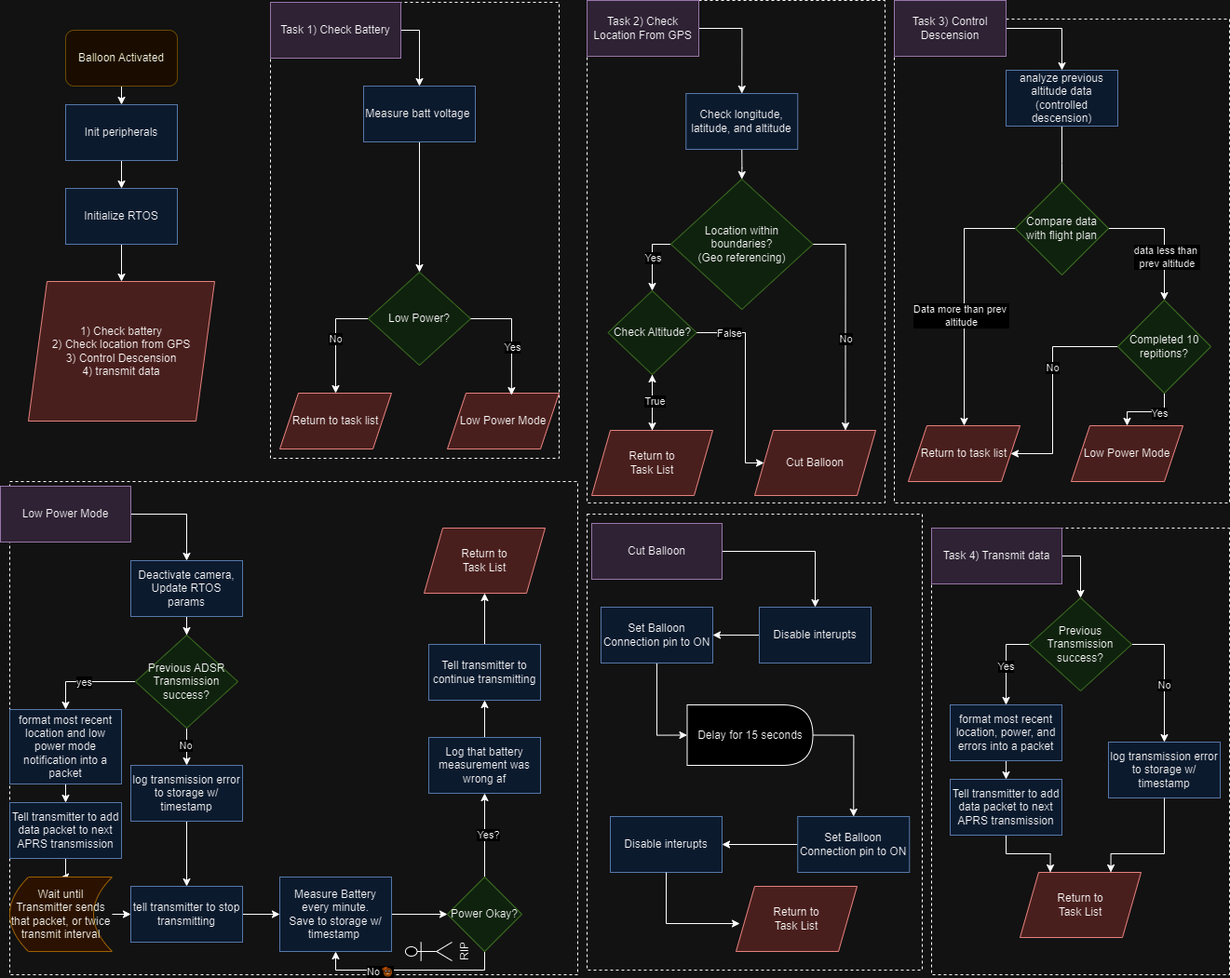
Before: Software_FSM.drawio.png, a diagram exported from draw.io (UVicSatelliteDesign/HAB_OBC). Source tidied: cells renumbered, new cells last; positions are measured from the earlier drawing's top-left corner, leaving out a move shared by most shapes.
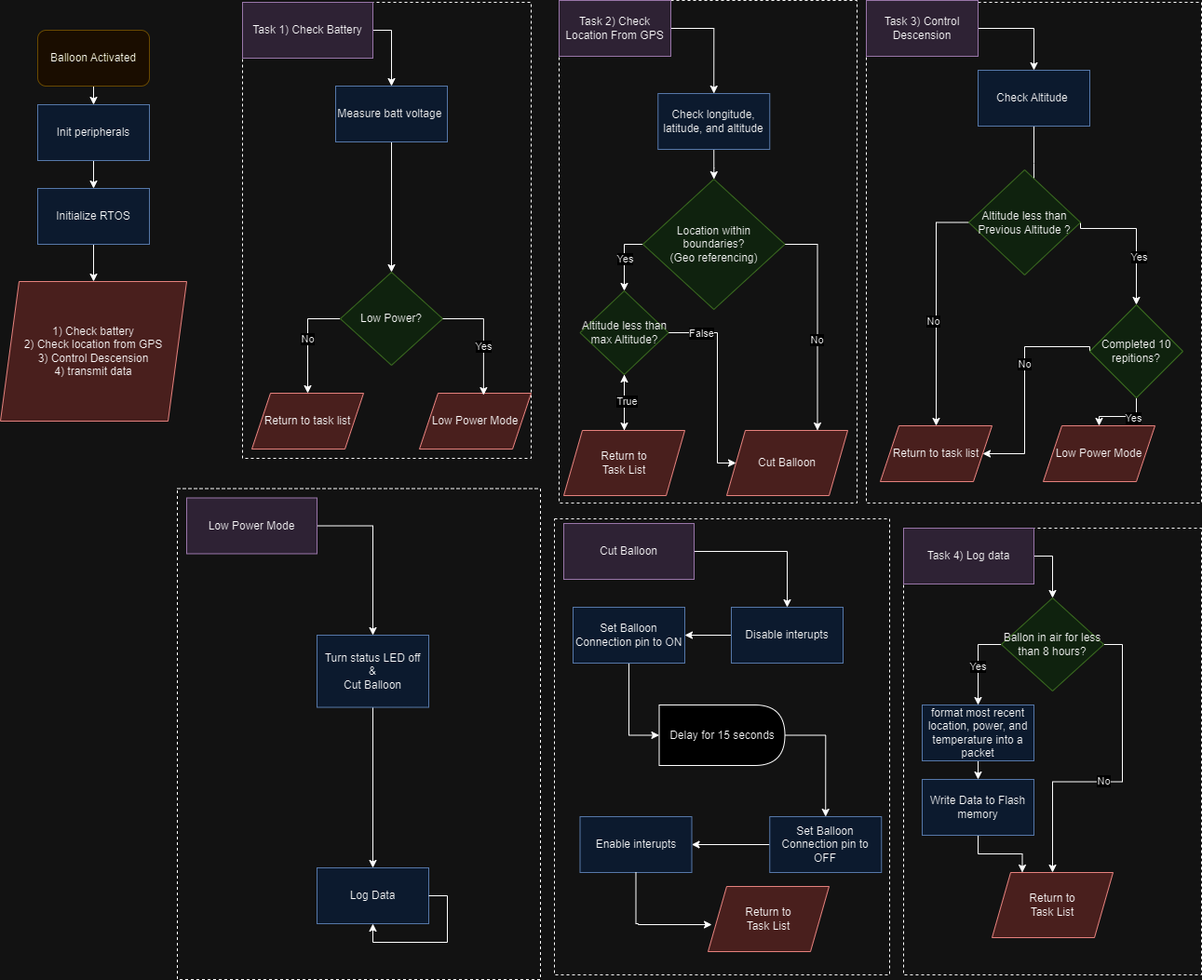
The same diagram one commit later.

Diff of the diagram source:
```diff
@@ -4,4 +4,7 @@
     <mxCell id="1" parent="0" />
+    <mxCell id="121" value="&lt;p style=&quot;line-height: 10%;&quot;&gt;&lt;br&gt;&lt;/p&gt;" style="rounded=0;whiteSpace=wrap;html=1;fillColor=none;dashed=1;align=left;" parent="1" vertex="1">
+      <mxGeometry x="625" y="557" width="360" height="490" as="geometry" />
+    </mxCell>
     <mxCell id="2" value="&lt;p style=&quot;line-height: 10%;&quot;&gt;&lt;br&gt;&lt;/p&gt;" style="rounded=0;whiteSpace=wrap;html=1;fillColor=none;dashed=1;align=left;" parent="1" vertex="1">
-      <mxGeometry x="960" y="20" width="360" height="520" as="geometry" />
+      <mxGeometry x="960" y="2" width="360" height="538" as="geometry" />
     </mxCell>
@@ -123,3 +126,3 @@
     </mxCell>
-    <mxCell id="40" value="Task 4) Transmit data" style="rounded=0;whiteSpace=wrap;html=1;fillColor=#e1d5e7;strokeColor=#9673a6;" parent="1" vertex="1">
+    <mxCell id="40" value="Task 4) Log data" style="rounded=0;whiteSpace=wrap;html=1;fillColor=#e1d5e7;strokeColor=#9673a6;" parent="1" vertex="1">
       <mxGeometry x="1000" y="567" width="140" height="60" as="geometry" />
@@ -129,3 +132,3 @@
     </mxCell>
-    <mxCell id="42" value="format most recent location, power, and errors into a packet" style="rounded=0;whiteSpace=wrap;html=1;fillColor=#dae8fc;strokeColor=#6c8ebf;" parent="1" vertex="1">
+    <mxCell id="42" value="format most recent location, power, and temperature into a packet" style="rounded=0;whiteSpace=wrap;html=1;fillColor=#dae8fc;strokeColor=#6c8ebf;" parent="1" vertex="1">
       <mxGeometry x="1020" y="757" width="120" height="60" as="geometry" />
@@ -135,3 +138,3 @@
     </mxCell>
-    <mxCell id="44" value="Tell transmitter to add data packet to next APRS transmission" style="rounded=0;whiteSpace=wrap;html=1;fillColor=#dae8fc;strokeColor=#6c8ebf;" parent="1" vertex="1">
+    <mxCell id="44" value="Write Data to Flash memory" style="rounded=0;whiteSpace=wrap;html=1;fillColor=#dae8fc;strokeColor=#6c8ebf;" parent="1" vertex="1">
       <mxGeometry x="1020" y="837" width="120" height="60" as="geometry" />
@@ -144,3 +147,3 @@
     </mxCell>
-    <mxCell id="47" style="edgeStyle=orthogonalEdgeStyle;rounded=0;jettySize=auto;html=1;exitX=1;exitY=0.5;exitDx=0;exitDy=0;entryX=0.5;entryY=0;entryDx=0;entryDy=0;" parent="1" edge="1" source="49" target="52">
+    <mxCell id="47" style="edgeStyle=orthogonalEdgeStyle;rounded=0;jettySize=auto;html=1;exitX=1;exitY=0.5;exitDx=0;exitDy=0;entryX=0.5;entryY=0;entryDx=0;entryDy=0;" parent="1" edge="1" source="49" target="62">
       <mxGeometry relative="1" as="geometry" />
@@ -150,3 +153,3 @@
     </mxCell>
-    <mxCell id="49" value="Previous Transmission success?" style="rhombus;whiteSpace=wrap;html=1;fillColor=#d5e8d4;strokeColor=#82b366;" parent="1" vertex="1">
+    <mxCell id="49" value="Ballon in air for less than 8 hours?" style="rhombus;whiteSpace=wrap;html=1;fillColor=#d5e8d4;strokeColor=#82b366;" parent="1" vertex="1">
       <mxGeometry x="1105" y="642" width="110" height="100" as="geometry" />
@@ -158,8 +161,5 @@
     </mxCell>
-    <mxCell id="51" value="analyze previous altitude data (controlled descension)" style="rounded=0;whiteSpace=wrap;html=1;fillColor=#dae8fc;strokeColor=#6c8ebf;" parent="1" vertex="1">
+    <mxCell id="51" value="Check Altitude&amp;nbsp;" style="rounded=0;whiteSpace=wrap;html=1;fillColor=#dae8fc;strokeColor=#6c8ebf;" parent="1" vertex="1">
       <mxGeometry x="1080" y="75" width="120" height="60" as="geometry" />
     </mxCell>
-    <mxCell id="52" value="log transmission error to storage w/ timestamp" style="rounded=0;whiteSpace=wrap;html=1;fillColor=#dae8fc;strokeColor=#6c8ebf;" parent="1" vertex="1">
-      <mxGeometry x="1190" y="797" width="120" height="60" as="geometry" />
-    </mxCell>
     <mxCell id="53" style="edgeStyle=orthogonalEdgeStyle;rounded=0;orthogonalLoop=1;jettySize=auto;html=1;exitX=0.5;exitY=1;exitDx=0;exitDy=0;" parent="1" edge="1">
@@ -170,10 +170,2 @@
     </mxCell>
-    <mxCell id="54" style="edgeStyle=orthogonalEdgeStyle;rounded=0;jettySize=auto;html=1;exitX=0.5;exitY=1;exitDx=0;exitDy=0;entryX=0.75;entryY=0;entryDx=0;entryDy=0;" parent="1" edge="1" source="52" target="62">
-      <mxGeometry relative="1" as="geometry">
-        <Array as="points">
-          <mxPoint x="1250" y="917" />
-          <mxPoint x="1192" y="917" />
-        </Array>
-      </mxGeometry>
-    </mxCell>
     <mxCell id="55" style="edgeStyle=orthogonalEdgeStyle;rounded=0;jettySize=auto;html=1;exitX=1;exitY=0.5;exitDx=0;exitDy=0;entryX=0.5;entryY=0;entryDx=0;entryDy=0;" parent="1" edge="1" source="59" target="107">
@@ -185,3 +177,3 @@
     </mxCell>
-    <mxCell id="56" value="data less than&amp;nbsp;&lt;div&gt;prev altitude&lt;/div&gt;" style="edgeLabel;html=1;align=center;verticalAlign=middle;" parent="55" vertex="1">
+    <mxCell id="56" value="Yes" style="edgeLabel;html=1;align=center;verticalAlign=middle;" parent="55" vertex="1">
       <mxGeometry x="0.31" y="2" relative="1" as="geometry" />
@@ -191,7 +183,7 @@
     </mxCell>
-    <mxCell id="58" value="Data more than prev&amp;nbsp;&lt;div&gt;altitude&lt;/div&gt;" style="edgeLabel;html=1;align=center;verticalAlign=middle;" parent="57" vertex="1">
+    <mxCell id="58" value="No" style="edgeLabel;html=1;align=center;verticalAlign=middle;" parent="57" vertex="1">
       <mxGeometry x="0.11" y="-4" relative="1" as="geometry" />
     </mxCell>
-    <mxCell id="59" value="Compare data with flight plan" style="rhombus;whiteSpace=wrap;html=1;fillColor=#d5e8d4;strokeColor=#82b366;" parent="1" vertex="1">
-      <mxGeometry x="1090" y="195" width="100" height="100" as="geometry" />
+    <mxCell id="59" value="Altitude less than Previous Altitude ?" style="rhombus;whiteSpace=wrap;html=1;fillColor=#d5e8d4;strokeColor=#82b366;" parent="1" vertex="1">
+      <mxGeometry x="1070" y="182" width="120" height="113" as="geometry" />
     </mxCell>
@@ -209,4 +201,4 @@
     </mxCell>
-    <mxCell id="63" value="&lt;p style=&quot;line-height: 10%;&quot;&gt;low&lt;/p&gt;" style="rounded=0;whiteSpace=wrap;html=1;fillColor=none;dashed=1;align=left;" parent="1" vertex="1">
-      <mxGeometry x="10" y="517" width="610" height="530" as="geometry" />
+    <mxCell id="63" value="&lt;p style=&quot;line-height: 10%;&quot;&gt;&lt;br&gt;&lt;/p&gt;" style="rounded=0;whiteSpace=wrap;html=1;fillColor=none;dashed=1;align=left;" parent="1" vertex="1">
+      <mxGeometry x="220" y="524.5" width="390" height="527.5" as="geometry" />
     </mxCell>
@@ -216,96 +208,10 @@
     <mxCell id="65" value="Low Power Mode" style="rounded=0;whiteSpace=wrap;html=1;fillColor=#e1d5e7;strokeColor=#9673a6;" parent="1" vertex="1">
-      <mxGeometry y="522" width="140" height="60" as="geometry" />
+      <mxGeometry x="230" y="534.5" width="140" height="60" as="geometry" />
     </mxCell>
-    <mxCell id="66" style="edgeStyle=orthogonalEdgeStyle;rounded=0;jettySize=auto;html=1;exitX=0.5;exitY=1;exitDx=0;exitDy=0;" parent="1" edge="1" source="67" target="72">
-      <mxGeometry relative="1" as="geometry" />
-    </mxCell>
+    <mxCell id="122" style="edgeStyle=orthogonalEdgeStyle;rounded=0;jettySize=auto;html=1;exitX=0.5;exitY=1;exitDx=0;exitDy=0;entryX=0.5;entryY=0;entryDx=0;entryDy=0;" parent="1" edge="1" source="67" target="123">
+      <mxGeometry relative="1" as="geometry" />
+    </mxCell>
-    <mxCell id="67" value="Deactivate camera, Update RTOS params" style="rounded=0;whiteSpace=wrap;html=1;fillColor=#dae8fc;strokeColor=#6c8ebf;" parent="1" vertex="1">
-      <mxGeometry x="140" y="602" width="120" height="60" as="geometry" />
+    <mxCell id="67" value="Turn status LED off&lt;div&gt;&amp;amp;&lt;/div&gt;&lt;div&gt;Cut Balloon&lt;/div&gt;" style="rounded=0;whiteSpace=wrap;html=1;fillColor=#dae8fc;strokeColor=#6c8ebf;" parent="1" vertex="1">
+      <mxGeometry x="370" y="682" width="120" height="77.5" as="geometry" />
     </mxCell>
-    <mxCell id="68" style="edgeStyle=orthogonalEdgeStyle;rounded=0;jettySize=auto;html=1;exitX=0.5;exitY=1;exitDx=0;exitDy=0;entryX=0.5;entryY=0;entryDx=0;entryDy=0;" parent="1" edge="1" source="72" target="82">
-      <mxGeometry relative="1" as="geometry" />
-    </mxCell>
-    <mxCell id="69" value="No" style="edgeLabel;html=1;align=center;verticalAlign=middle;" parent="68" vertex="1">
-      <mxGeometry x="-0.08" y="-2" relative="1" as="geometry" />
-    </mxCell>
-    <mxCell id="70" style="edgeStyle=orthogonalEdgeStyle;rounded=0;jettySize=auto;html=1;exitX=0;exitY=0.5;exitDx=0;exitDy=0;entryX=0.5;entryY=0;entryDx=0;entryDy=0;" parent="1" edge="1" source="72" target="74">
-      <mxGeometry relative="1" as="geometry" />
-    </mxCell>
-    <mxCell id="71" value="yes" style="edgeLabel;html=1;align=center;verticalAlign=middle;" parent="70" vertex="1">
-      <mxGeometry x="0.06" relative="1" as="geometry" />
-    </mxCell>
-    <mxCell id="72" value="Previous ADSR Transmission success?" style="rhombus;whiteSpace=wrap;html=1;fillColor=#d5e8d4;strokeColor=#82b366;" parent="1" vertex="1">
-      <mxGeometry x="145" y="682" width="110" height="100" as="geometry" />
-    </mxCell>
-    <mxCell id="73" style="edgeStyle=orthogonalEdgeStyle;rounded=0;jettySize=auto;html=1;exitX=0.5;exitY=1;exitDx=0;exitDy=0;entryX=0.5;entryY=0;entryDx=0;entryDy=0;" parent="1" edge="1" source="74" target="76">
-      <mxGeometry relative="1" as="geometry" />
-    </mxCell>
-    <mxCell id="74" value="format most recent location and low power mode notification into a packet" style="rounded=0;whiteSpace=wrap;html=1;fillColor=#dae8fc;strokeColor=#6c8ebf;" parent="1" vertex="1">
-      <mxGeometry x="10" y="762" width="120" height="80" as="geometry" />
-    </mxCell>
-    <mxCell id="75" style="edgeStyle=orthogonalEdgeStyle;rounded=0;jettySize=auto;html=1;exitX=0.5;exitY=1;exitDx=0;exitDy=0;" parent="1" edge="1" source="76" target="78">
-      <mxGeometry relative="1" as="geometry" />
-    </mxCell>
-    <mxCell id="76" value="Tell transmitter to add data packet to next APRS transmission" style="rounded=0;whiteSpace=wrap;html=1;fillColor=#dae8fc;strokeColor=#6c8ebf;" parent="1" vertex="1">
-      <mxGeometry x="10" y="862" width="120" height="60" as="geometry" />
-    </mxCell>
-    <mxCell id="77" style="edgeStyle=orthogonalEdgeStyle;rounded=0;jettySize=auto;html=1;exitX=1;exitY=0.5;exitDx=0;exitDy=0;entryX=0;entryY=0.5;entryDx=0;entryDy=0;" parent="1" edge="1" source="78" target="80">
-      <mxGeometry relative="1" as="geometry" />
-    </mxCell>
-    <mxCell id="78" value="Wait until Transmitter sends that packet, or twice transmit interval" style="shape=dataStorage;whiteSpace=wrap;html=1;fixedSize=1;fillColor=#ffe6cc;strokeColor=#d79b00;" parent="1" vertex="1">
-      <mxGeometry x="10" y="942" width="110" height="80" as="geometry" />
-    </mxCell>
-    <mxCell id="79" style="edgeStyle=orthogonalEdgeStyle;rounded=0;jettySize=auto;html=1;exitX=1;exitY=0.5;exitDx=0;exitDy=0;entryX=0;entryY=0.5;entryDx=0;entryDy=0;" parent="1" edge="1" source="80" target="84">
-      <mxGeometry relative="1" as="geometry" />
-    </mxCell>
-    <mxCell id="80" value="tell transmitter to stop transmitting" style="rounded=0;whiteSpace=wrap;html=1;fillColor=#dae8fc;strokeColor=#6c8ebf;" parent="1" vertex="1">
-      <mxGeometry x="140" y="952" width="120" height="60" as="geometry" />
-    </mxCell>
-    <mxCell id="81" style="edgeStyle=orthogonalEdgeStyle;rounded=0;jettySize=auto;html=1;exitX=0.5;exitY=1;exitDx=0;exitDy=0;entryX=0.5;entryY=0;entryDx=0;entryDy=0;" parent="1" edge="1" source="82" target="80">
-      <mxGeometry relative="1" as="geometry" />
-    </mxCell>
-    <mxCell id="82" value="log transmission error to storage w/ timestamp" style="rounded=0;whiteSpace=wrap;html=1;fillColor=#dae8fc;strokeColor=#6c8ebf;" parent="1" vertex="1">
-      <mxGeometry x="140" y="822" width="120" height="60" as="geometry" />
-    </mxCell>
-    <mxCell id="83" style="edgeStyle=orthogonalEdgeStyle;rounded=0;jettySize=auto;html=1;exitX=1;exitY=0.5;exitDx=0;exitDy=0;entryX=0;entryY=0.5;entryDx=0;entryDy=0;" parent="1" edge="1" source="84" target="89">
-      <mxGeometry relative="1" as="geometry" />
-    </mxCell>
-    <mxCell id="84" value="Measure Battery every minute.&lt;br&gt;Save to storage w/ timestamp&amp;nbsp;" style="rounded=0;whiteSpace=wrap;html=1;fillColor=#dae8fc;strokeColor=#6c8ebf;" parent="1" vertex="1">
-      <mxGeometry x="300" y="942" width="120" height="80" as="geometry" />
-    </mxCell>
-    <mxCell id="85" style="edgeStyle=orthogonalEdgeStyle;rounded=0;jettySize=auto;html=1;exitX=0.5;exitY=1;exitDx=0;exitDy=0;entryX=0.5;entryY=1;entryDx=0;entryDy=0;" parent="1" edge="1" source="89" target="84">
-      <mxGeometry relative="1" as="geometry" />
-    </mxCell>
-    <mxCell id="86" value="No🫡" style="edgeLabel;html=1;align=center;verticalAlign=middle;" parent="85" vertex="1">
-      <mxGeometry x="0.34" y="1" relative="1" as="geometry">
-        <mxPoint x="1" as="offset" />
-      </mxGeometry>
-    </mxCell>
-    <mxCell id="87" style="edgeStyle=orthogonalEdgeStyle;rounded=0;jettySize=auto;html=1;exitX=0.5;exitY=0;exitDx=0;exitDy=0;entryX=0.5;entryY=1;entryDx=0;entryDy=0;" parent="1" edge="1" source="89" target="91">
-      <mxGeometry relative="1" as="geometry" />
-    </mxCell>
-    <mxCell id="88" value="Yes?" style="edgeLabel;html=1;align=center;verticalAlign=middle;" parent="87" vertex="1">
-      <mxGeometry x="0.02" y="-3" relative="1" as="geometry" />
-    </mxCell>
-    <mxCell id="89" value="Power Okay?" style="rhombus;whiteSpace=wrap;html=1;fillColor=#d5e8d4;strokeColor=#82b366;" parent="1" vertex="1">
-      <mxGeometry x="480" y="942" width="80" height="80" as="geometry" />
-    </mxCell>
-    <mxCell id="90" style="edgeStyle=orthogonalEdgeStyle;rounded=0;jettySize=auto;html=1;exitX=0.5;exitY=0;exitDx=0;exitDy=0;" parent="1" edge="1" source="91" target="93">
-      <mxGeometry relative="1" as="geometry" />
-    </mxCell>
-    <mxCell id="91" value="Log that battery measurement was wrong af" style="rounded=0;whiteSpace=wrap;html=1;fillColor=#dae8fc;strokeColor=#6c8ebf;" parent="1" vertex="1">
-      <mxGeometry x="460" y="792" width="120" height="60" as="geometry" />
-    </mxCell>
-    <mxCell id="92" style="edgeStyle=orthogonalEdgeStyle;rounded=0;jettySize=auto;html=1;exitX=0.5;exitY=0;exitDx=0;exitDy=0;" parent="1" edge="1" source="93" target="95">
-      <mxGeometry relative="1" as="geometry" />
-    </mxCell>
-    <mxCell id="93" value="Tell transmitter to continue transmitting" style="rounded=0;whiteSpace=wrap;html=1;fillColor=#dae8fc;strokeColor=#6c8ebf;" parent="1" vertex="1">
-      <mxGeometry x="460" y="692" width="120" height="60" as="geometry" />
-    </mxCell>
-    <mxCell id="94" value="RIP" style="shape=umlActor;verticalLabelPosition=bottom;verticalAlign=top;html=1;rotation=-90;" parent="1" vertex="1">
-      <mxGeometry x="450" y="997" width="20" height="50" as="geometry" />
-    </mxCell>
-    <mxCell id="95" value="Return to &lt;br&gt;Task List" style="shape=parallelogram;perimeter=parallelogramPerimeter;whiteSpace=wrap;html=1;fixedSize=1;fillColor=#f8cecc;strokeColor=#b85450;" parent="1" vertex="1">
-      <mxGeometry x="455" y="567" width="130" height="70" as="geometry" />
-    </mxCell>
     <mxCell id="96" style="edgeStyle=orthogonalEdgeStyle;rounded=0;jettySize=auto;html=1;exitX=0.5;exitY=1;exitDx=0;exitDy=0;entryX=0.5;entryY=0;entryDx=0;entryDy=0;" parent="1" edge="1" source="101" target="36">
@@ -330,3 +236,3 @@
     </mxCell>
-    <mxCell id="101" value="Check Altitude?" style="rhombus;whiteSpace=wrap;html=1;fillColor=#d5e8d4;strokeColor=#82b366;" parent="1" vertex="1">
+    <mxCell id="101" value="Altitude less than max Altitude?" style="rhombus;whiteSpace=wrap;html=1;fillColor=#d5e8d4;strokeColor=#82b366;" parent="1" vertex="1">
       <mxGeometry x="652.5" y="312" width="95" height="90" as="geometry" />
@@ -354,3 +260,3 @@
     <mxCell id="107" value="Completed 10 repitions?" style="rhombus;whiteSpace=wrap;html=1;fillColor=#d5e8d4;strokeColor=#82b366;" parent="1" vertex="1">
-      <mxGeometry x="1200" y="322" width="100" height="100" as="geometry" />
+      <mxGeometry x="1200" y="327" width="100" height="100" as="geometry" />
     </mxCell>
@@ -383,7 +289,7 @@
     </mxCell>
-    <mxCell id="117" value="Set Balloon Connection pin to ON" style="rounded=0;whiteSpace=wrap;html=1;fillColor=#dae8fc;strokeColor=#6c8ebf;" parent="1" vertex="1">
+    <mxCell id="117" value="Set Balloon Connection pin to OFF" style="rounded=0;whiteSpace=wrap;html=1;fillColor=#dae8fc;strokeColor=#6c8ebf;" parent="1" vertex="1">
       <mxGeometry x="856.2" y="877" width="120" height="60" as="geometry" />
     </mxCell>
-    <mxCell id="118" value="Disable interupts" style="rounded=0;whiteSpace=wrap;html=1;fillColor=#dae8fc;strokeColor=#6c8ebf;" parent="1" vertex="1">
-      <mxGeometry x="655" y="877" width="120" height="60" as="geometry" />
+    <mxCell id="118" value="Enable interupts" style="rounded=0;whiteSpace=wrap;html=1;fillColor=#dae8fc;strokeColor=#6c8ebf;" parent="1" vertex="1">
+      <mxGeometry x="652.5" y="877" width="120" height="60" as="geometry" />
     </mxCell>
@@ -399,5 +305,8 @@
     </mxCell>
-    <mxCell id="121" value="&lt;p style=&quot;line-height: 10%;&quot;&gt;&lt;br&gt;&lt;/p&gt;" style="rounded=0;whiteSpace=wrap;html=1;fillColor=none;dashed=1;align=left;" parent="1" vertex="1">
-      <mxGeometry x="630" y="552" width="360" height="490" as="geometry" />
-    </mxCell>
+    <mxCell id="123" value="Log Data" style="rounded=0;whiteSpace=wrap;html=1;fillColor=#dae8fc;strokeColor=#6c8ebf;" parent="1" vertex="1">
+      <mxGeometry x="370" y="932" width="120" height="60" as="geometry" />
+    </mxCell>
+    <mxCell id="124" style="edgeStyle=orthogonalEdgeStyle;rounded=0;orthogonalLoop=1;jettySize=auto;html=1;exitX=1;exitY=0.5;exitDx=0;exitDy=0;entryX=0.5;entryY=1;entryDx=0;entryDy=0;" parent="1" edge="1" source="123" target="123">
+      <mxGeometry relative="1" as="geometry" />
+    </mxCell>
   </root>
```
